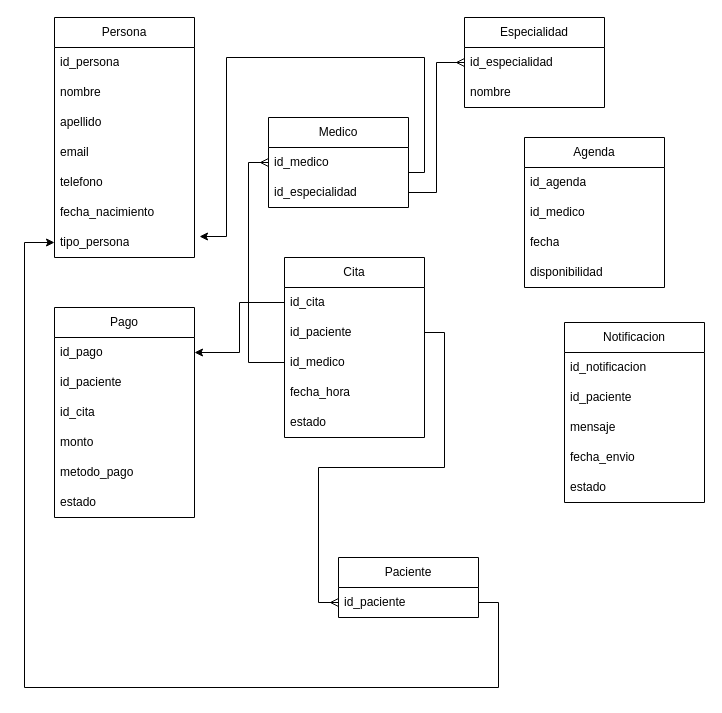
Above: Diagrama sin título.drawio in fabiansiza994/diagrams (draw.io), before the change. Source tidied: cells renumbered, new cells numbered last; positions are measured from the earlier drawing's top-left corner, leaving out a move shared by most shapes. Both pictures are drawn from the tidied source at 100%, with x=0, y=0 at pixel (24, 17).
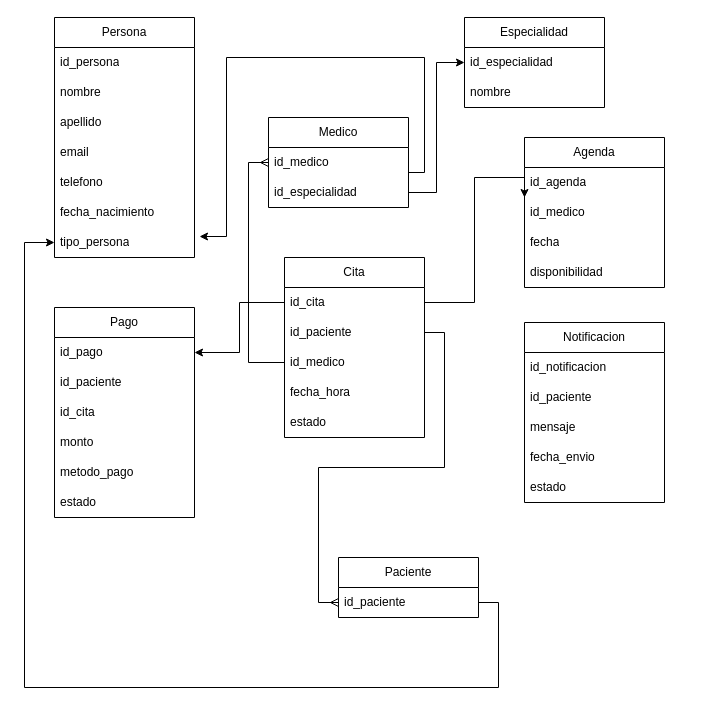
The same diagram, later.

Commit message:
citas_medicas

Unchanged cells that the change refers to:
```xml
<mxCell id="12" value="id_especialidad" style="text;strokeColor=none;fillColor=none;align=left;verticalAlign=middle;spacingLeft=4;spacingRight=4;overflow=hidden;points=[[0,0.5],[1,0.5]];portConstraint=eastwest;whiteSpace=wrap;html=1;" parent="10" vertex="1">
  <mxGeometry y="60" width="140" height="30" as="geometry" />
</mxCell>
<mxCell id="16" value="id_especialidad" style="text;strokeColor=none;fillColor=none;align=left;verticalAlign=middle;spacingLeft=4;spacingRight=4;overflow=hidden;points=[[0,0.5],[1,0.5]];portConstraint=eastwest;whiteSpace=wrap;html=1;" parent="15" vertex="1">
  <mxGeometry y="30" width="140" height="30" as="geometry" />
</mxCell>
<mxCell id="20" value="id_medico" style="text;strokeColor=none;fillColor=none;align=left;verticalAlign=middle;spacingLeft=4;spacingRight=4;overflow=hidden;points=[[0,0.5],[1,0.5]];portConstraint=eastwest;whiteSpace=wrap;html=1;" parent="18" vertex="1">
  <mxGeometry y="60" width="140" height="30" as="geometry" />
</mxCell>
<mxCell id="37" value="id_cita" style="text;strokeColor=none;fillColor=none;align=left;verticalAlign=middle;spacingLeft=4;spacingRight=4;overflow=hidden;points=[[0,0.5],[1,0.5]];portConstraint=eastwest;whiteSpace=wrap;html=1;" parent="36" vertex="1">
  <mxGeometry y="30" width="140" height="30" as="geometry" />
</mxCell>
```

The edit, as a diff of the source:
```diff
@@
     <mxCell id="30" value="Notificacion" style="swimlane;fontStyle=0;horizontal=1;startSize=30;whiteSpace=wrap;html=1;" parent="1" vertex="1">
-      <mxGeometry x="540" y="305" width="140" height="180" as="geometry" />
+      <mxGeometry x="500" y="305" width="140" height="180" as="geometry" />
     </mxCell>
@@
-    <mxCell id="44" style="edgeStyle=orthogonalEdgeStyle;rounded=0;jettySize=auto;html=1;entryX=0;entryY=0.5;entryDx=0;entryDy=0;endArrow=ERmany;endFill=0;" parent="1" edge="1" source="12" target="16">
+    <mxCell id="44" style="edgeStyle=orthogonalEdgeStyle;rounded=0;jettySize=auto;html=1;entryX=0;entryY=0.5;entryDx=0;entryDy=0;endArrow=classic;endFill=1;" parent="1" edge="1" source="12" target="16">
       <mxGeometry relative="1" as="geometry" />
     </mxCell>
@@
+    <mxCell id="48" style="edgeStyle=orthogonalEdgeStyle;rounded=0;jettySize=auto;html=1;entryX=0;entryY=0;entryDx=0;entryDy=0;entryPerimeter=0;" parent="1" edge="1" source="37" target="20">
+      <mxGeometry relative="1" as="geometry" />
+    </mxCell>
```
